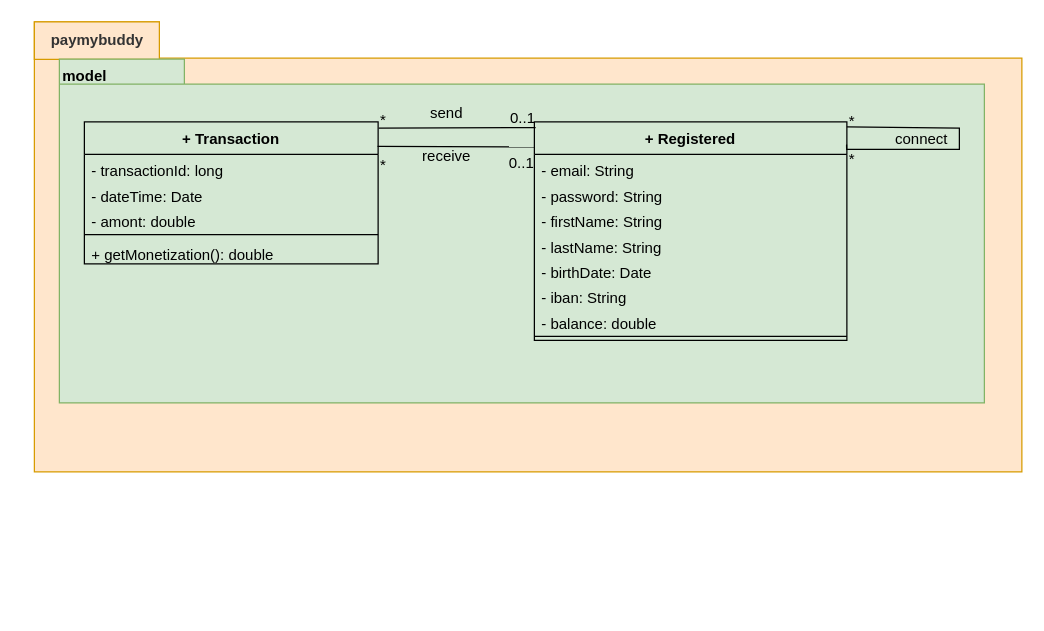
Earlier version of the draw.io diagram page "Model classes" (2 of 3) of UML/payMyBuddyUML.drawio (emmo78/com.paymybuddy.paymybuddy). Source tidied: cells renumbered, new cells numbered last; positions are measured from the earlier drawing's top-left corner, leaving out a move shared by most shapes. Both pictures are drawn from the tidied source at 125%, with x=0, y=0 at pixel (21, 21).
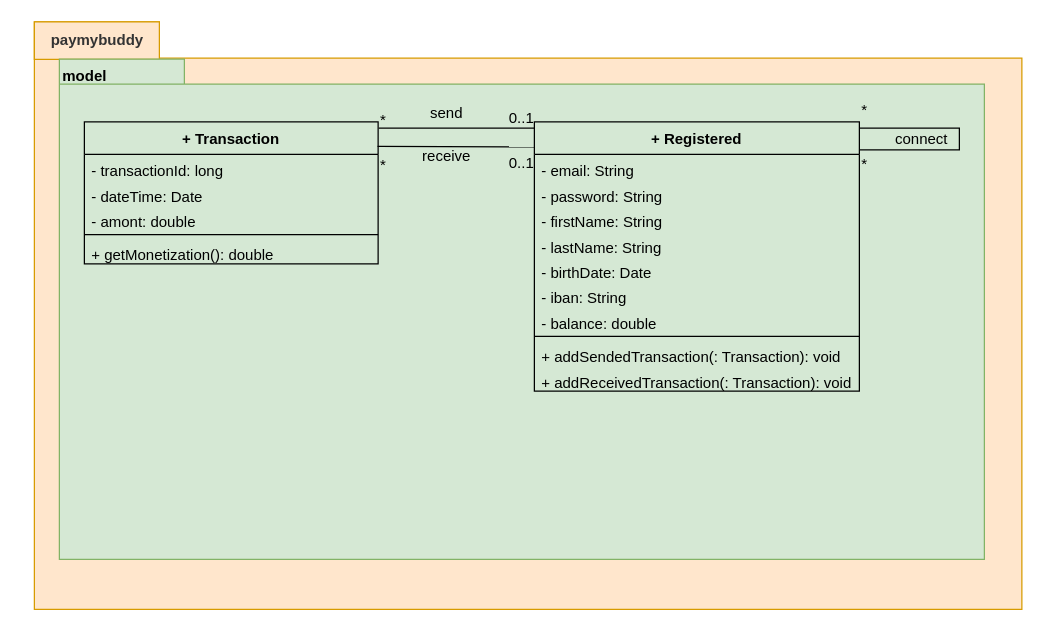
The same page after the edit.

Commit message (it also covers changes not shown here):
wip : Registered OneToMany Transaction ManyToOne down

Unchanged cells that the change refers to:
```xml
<mxCell id="15" value="+ Transaction" style="swimlane;fontStyle=1;align=center;verticalAlign=top;horizontal=1;startSize=26;fillColor=#d5e8d4;strokeColor=#000000;" parent="1" vertex="1">
  <mxGeometry x="50" y="80" width="235" height="113.6" as="geometry" />
</mxCell>
<mxCell id="23" style="endArrow=none;html=1;rounded=0;align=center;verticalAlign=top;endFill=0;labelBackgroundColor=none;strokeColor=#000000;entryX=1;entryY=0.023;entryDx=0;entryDy=0;entryPerimeter=0;edgeStyle=orthogonalEdgeStyle;exitX=0.999;exitY=0.104;exitDx=0;exitDy=0;exitPerimeter=0;" parent="1" edge="1" source="6" target="6">
  <mxGeometry relative="1" as="geometry">
    <Array as="points">
      <mxPoint x="750" y="102" />
      <mxPoint x="750" y="85" />
    </Array>
  </mxGeometry>
</mxCell>
```

Change to the diagram source:
```diff
@@
     <mxCell id="2" style="shape=folder;fontStyle=1;spacingTop=10;tabWidth=100;tabHeight=29;tabPosition=left;html=1;fillColor=#ffe6cc;strokeColor=#d79b00;rotation=0;" parent="1" vertex="1">
-      <mxGeometry x="10" width="790" height="360" as="geometry" />
+      <mxGeometry x="10" width="790" height="470" as="geometry" />
     </mxCell>
@@
     <mxCell id="4" style="shape=folder;fontStyle=1;spacingTop=10;tabWidth=100;tabHeight=20;tabPosition=left;html=1;fillColor=#d5e8d4;strokeColor=#82b366;" parent="1" vertex="1">
-      <mxGeometry x="30" y="29.8" width="740" height="275" as="geometry" />
+      <mxGeometry x="30" y="29.8" width="740" height="400.2" as="geometry" />
     </mxCell>
@@
     <mxCell id="6" value="+ Registered" style="swimlane;fontStyle=1;align=center;verticalAlign=top;horizontal=1;startSize=26;fillColor=#d5e8d4;strokeColor=#000000;" parent="1" vertex="1">
-      <mxGeometry x="410" y="80" width="250" height="174.7" as="geometry" />
+      <mxGeometry x="410" y="80" width="260" height="215.4" as="geometry" />
     </mxCell>
     <mxCell id="7" value="- email: String" style="text;strokeColor=none;fillColor=none;align=left;verticalAlign=top;spacingLeft=4;spacingRight=4;overflow=hidden;" parent="6" vertex="1">
-      <mxGeometry y="26" width="250" height="20.3" as="geometry" />
+      <mxGeometry y="26" width="260" height="20.3" as="geometry" />
     </mxCell>
     <mxCell id="8" value="- password: String" style="text;strokeColor=none;fillColor=none;align=left;verticalAlign=top;spacingLeft=4;spacingRight=4;overflow=hidden;" parent="6" vertex="1">
-      <mxGeometry y="46.3" width="250" height="20.3" as="geometry" />
+      <mxGeometry y="46.3" width="260" height="20.3" as="geometry" />
     </mxCell>
     <mxCell id="9" value="- firstName: String" style="text;strokeColor=none;fillColor=none;align=left;verticalAlign=top;spacingLeft=4;spacingRight=4;overflow=hidden;" parent="6" vertex="1">
-      <mxGeometry y="66.7" width="250" height="20.3" as="geometry" />
+      <mxGeometry y="66.7" width="260" height="20.3" as="geometry" />
     </mxCell>
     <mxCell id="10" value="- lastName: String" style="text;strokeColor=none;fillColor=none;align=left;verticalAlign=top;spacingLeft=4;spacingRight=4;overflow=hidden;" parent="6" vertex="1">
-      <mxGeometry y="87" width="250" height="20.3" as="geometry" />
+      <mxGeometry y="87" width="260" height="20.3" as="geometry" />
     </mxCell>
     <mxCell id="11" value="- birthDate: Date" style="text;strokeColor=none;fillColor=none;align=left;verticalAlign=top;spacingLeft=4;spacingRight=4;overflow=hidden;" parent="6" vertex="1">
-      <mxGeometry y="107.4" width="250" height="20.3" as="geometry" />
+      <mxGeometry y="107.4" width="260" height="20.3" as="geometry" />
     </mxCell>
     <mxCell id="12" value="- iban: String" style="text;strokeColor=none;fillColor=none;align=left;verticalAlign=top;spacingLeft=4;spacingRight=4;overflow=hidden;" parent="6" vertex="1">
-      <mxGeometry y="127.7" width="250" height="20.3" as="geometry" />
+      <mxGeometry y="127.7" width="260" height="20.3" as="geometry" />
     </mxCell>
     <mxCell id="13" value="- balance: double" style="text;strokeColor=none;fillColor=none;align=left;verticalAlign=top;spacingLeft=4;spacingRight=4;overflow=hidden;" parent="6" vertex="1">
-      <mxGeometry y="148.1" width="250" height="20.3" as="geometry" />
+      <mxGeometry y="148.1" width="260" height="20.3" as="geometry" />
     </mxCell>
     <mxCell id="14" style="line;strokeWidth=1;fillColor=none;align=left;verticalAlign=middle;spacingTop=-1;spacingLeft=3;spacingRight=3;labelPosition=right;" parent="6" vertex="1">
-      <mxGeometry y="168.4" width="250" height="6.3" as="geometry" />
+      <mxGeometry y="168.4" width="260" height="6.3" as="geometry" />
     </mxCell>
+    <mxCell id="33" value="+ addSendedTransaction(: Transaction): void" style="text;strokeColor=none;fillColor=none;align=left;verticalAlign=top;spacingLeft=4;spacingRight=4;overflow=hidden;" parent="6" vertex="1">
+      <mxGeometry y="174.7" width="260" height="20.3" as="geometry" />
+    </mxCell>
+    <mxCell id="34" value="+ addReceivedTransaction(: Transaction): void" style="text;strokeColor=none;fillColor=none;align=left;verticalAlign=top;spacingLeft=4;spacingRight=4;overflow=hidden;" parent="6" vertex="1">
+      <mxGeometry y="195" width="260" height="20.3" as="geometry" />
+    </mxCell>
@@
     <mxCell id="24" value="*" style="html=1;align=left;verticalAlign=top;labelBackgroundColor=none;glass=0;gradientColor=none;" parent="23" vertex="1">
       <mxGeometry x="-1" relative="1" as="geometry">
-        <mxPoint y="-32" as="offset" />
+        <mxPoint y="-45" as="offset" />
       </mxGeometry>
     </mxCell>
@@
-    <mxCell id="26" style="endArrow=none;html=1;rounded=0;align=center;verticalAlign=top;endFill=0;labelBackgroundColor=none;entryX=0.004;entryY=0.026;entryDx=0;entryDy=0;strokeColor=#000000;entryPerimeter=0;exitX=1.002;exitY=0.044;exitDx=0;exitDy=0;exitPerimeter=0;" parent="1" edge="1" source="15" target="6">
+    <mxCell id="26" style="endArrow=none;html=1;rounded=0;align=center;verticalAlign=top;endFill=0;labelBackgroundColor=none;entryX=0;entryY=0.023;entryDx=0;entryDy=0;strokeColor=#000000;entryPerimeter=0;exitX=1.002;exitY=0.044;exitDx=0;exitDy=0;exitPerimeter=0;" parent="1" edge="1" source="15" target="6">
       <mxGeometry relative="1" as="geometry" />
     </mxCell>
@@
-    <mxCell id="29" style="endArrow=none;html=1;rounded=0;align=center;verticalAlign=top;endFill=0;labelBackgroundColor=none;strokeColor=#000000;entryX=0;entryY=0.115;entryDx=0;entryDy=0;entryPerimeter=0;exitX=0.998;exitY=0.172;exitDx=0;exitDy=0;exitPerimeter=0;" parent="1" edge="1" source="15" target="6">
-      <mxGeometry relative="1" as="geometry" />
+    <mxCell id="29" style="endArrow=none;html=1;rounded=0;align=center;verticalAlign=top;endFill=0;labelBackgroundColor=none;strokeColor=#000000;exitX=0.998;exitY=0.172;exitDx=0;exitDy=0;exitPerimeter=0;" parent="1" edge="1" source="15">
+      <mxGeometry relative="1" as="geometry">
+        <mxPoint x="410" y="100" as="targetPoint" />
+      </mxGeometry>
     </mxCell>
```
